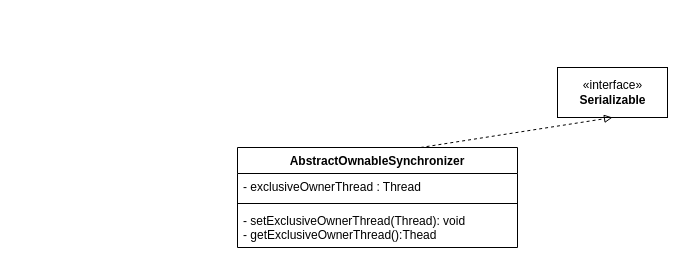
arxobject/spring_analysis keeps this draw.io diagram as diagrams/juc.drawio. Above is the earlier version. Source tidied: cells renumbered, new cells numbered last; positions are measured from the earlier drawing's top-left corner, leaving out a move shared by most shapes. Both pictures are drawn from the tidied source at 100%, with x=0, y=0 at pixel (237, 67).
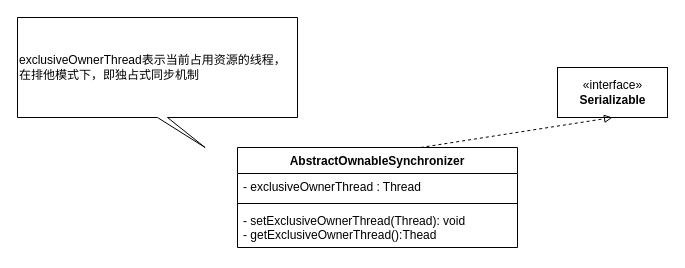
Above is the later version.

Change to the diagram source:
```diff
@@
 <mxGraphModel>
   <root>
     <mxCell id="0" />
     <mxCell id="1" parent="0" />
     <mxCell id="2" value="AbstractOwnableSynchronizer" style="swimlane;fontStyle=1;align=center;verticalAlign=top;horizontal=1;startSize=26;" parent="1" vertex="1">
       <mxGeometry y="80" width="280" height="100" as="geometry" />
     </mxCell>
     <mxCell id="3" value="- exclusiveOwnerThread : Thread" style="text;strokeColor=none;fillColor=none;align=left;verticalAlign=top;spacingLeft=4;spacingRight=4;overflow=hidden;" parent="2" vertex="1">
       <mxGeometry y="26" width="280" height="26" as="geometry" />
     </mxCell>
     <mxCell id="4" style="line;strokeWidth=1;fillColor=none;align=left;verticalAlign=middle;spacingTop=-1;spacingLeft=3;spacingRight=3;labelPosition=right;" parent="2" vertex="1">
       <mxGeometry y="52" width="280" height="8" as="geometry" />
     </mxCell>
     <mxCell id="5" value="- setExclusiveOwnerThread(Thread): void&#10;- getExclusiveOwnerThread():Thead" style="text;strokeColor=none;fillColor=none;align=left;verticalAlign=top;spacingLeft=4;spacingRight=4;overflow=hidden;" parent="2" vertex="1">
       <mxGeometry y="60" width="280" height="40" as="geometry" />
     </mxCell>
     <mxCell id="6" value="«interface»&lt;br&gt;&lt;b&gt;Serializable&lt;/b&gt;" style="html=1;" parent="1" vertex="1">
       <mxGeometry x="320" width="110" height="50" as="geometry" />
     </mxCell>
     <mxCell id="7" style="rounded=0;jettySize=auto;html=1;entryX=0.5;entryY=1;entryDx=0;entryDy=0;exitX=0.654;exitY=0;exitDx=0;exitDy=0;exitPerimeter=0;dashed=1;endArrow=block;endFill=0;" parent="1" edge="1" source="2" target="6">
       <mxGeometry relative="1" as="geometry" />
     </mxCell>
+    <mxCell id="8" value="exclusiveOwnerThread表示当前占用资源的线程，在排他模式下，即独占式同步机制" style="shape=callout;whiteSpace=wrap;html=1;perimeter=calloutPerimeter;base=10;position2=0.67;align=left;" parent="1" vertex="1">
+      <mxGeometry x="-220" y="-50" width="280" height="130" as="geometry" />
+    </mxCell>
   </root>
 </mxGraphModel>
```
